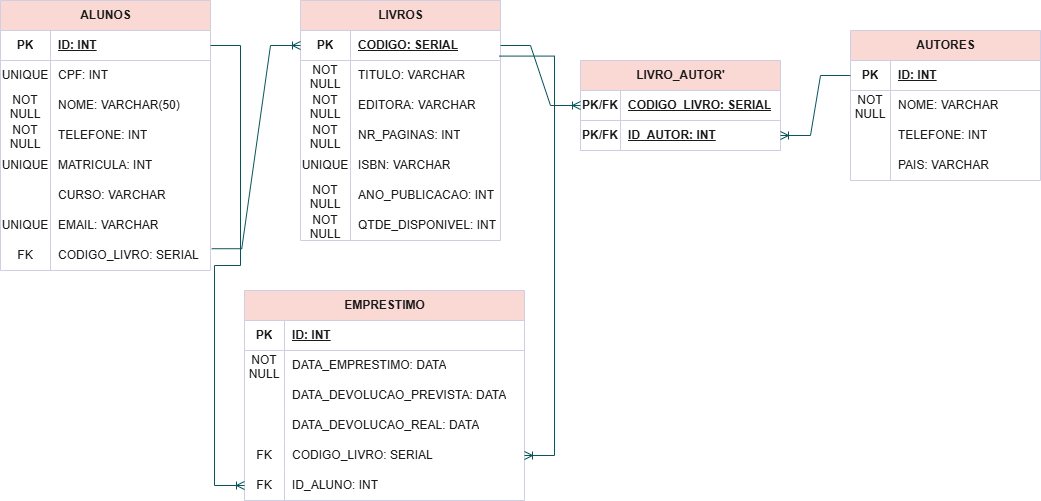
The draw.io diagram drawio/Sistema da Biblioteca.drawio.png in AliceGeekGirl/Academic-Projects-and-Activities, before a commit. Source tidied: cells renumbered, new cells last; positions are measured from the earlier drawing's top-left corner, leaving out a move shared by most shapes.
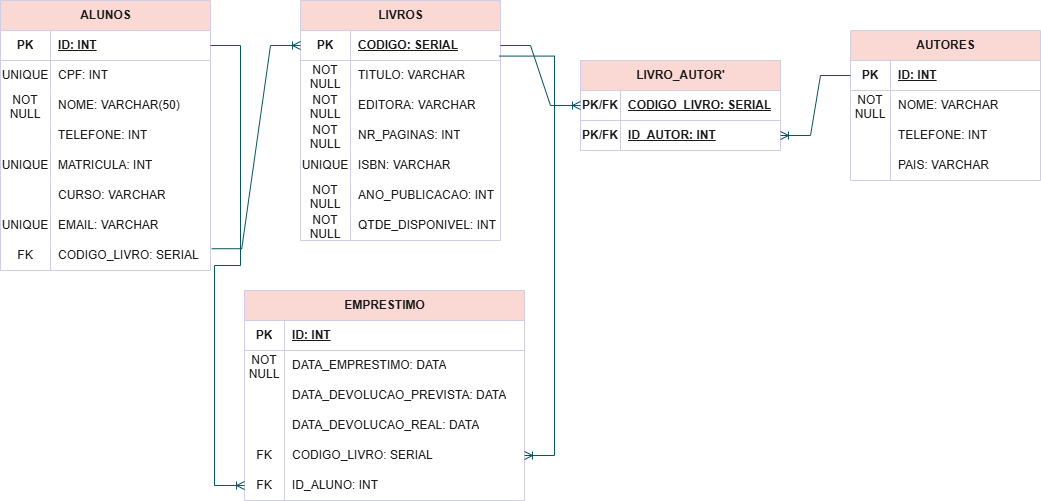
The same diagram one commit later.

Change to the diagram source:
```diff
@@ -35,7 +35,7 @@
     <mxCell id="12" style="shape=tableRow;horizontal=0;startSize=0;swimlaneHead=0;swimlaneBody=0;fillColor=none;top=0;left=0;right=0;bottom=0;labelBackgroundColor=none;strokeColor=#D0CEE2;fontColor=#1A1A1A;" parent="2" vertex="1">
       <mxGeometry y="120" width="210" height="30" as="geometry" />
     </mxCell>
-    <mxCell id="13" value="NOT NULL" style="shape=partialRectangle;fillColor=none;top=0;left=0;bottom=0;right=0;overflow=hidden;whiteSpace=wrap;html=1;labelBackgroundColor=none;strokeColor=#D0CEE2;fontColor=#1A1A1A;" parent="12" vertex="1">
+    <mxCell id="13" style="shape=partialRectangle;fillColor=none;top=0;left=0;bottom=0;right=0;overflow=hidden;whiteSpace=wrap;html=1;labelBackgroundColor=none;strokeColor=#D0CEE2;fontColor=#1A1A1A;" parent="12" vertex="1">
       <mxGeometry width="50" height="30" as="geometry" />
     </mxCell>
     <mxCell id="14" value="TELEFONE: INT" style="shape=partialRectangle;fillColor=none;top=0;left=0;bottom=0;right=0;align=left;spacingLeft=6;overflow=hidden;whiteSpace=wrap;html=1;labelBackgroundColor=none;strokeColor=#D0CEE2;fontColor=#1A1A1A;" parent="12" vertex="1">
```
